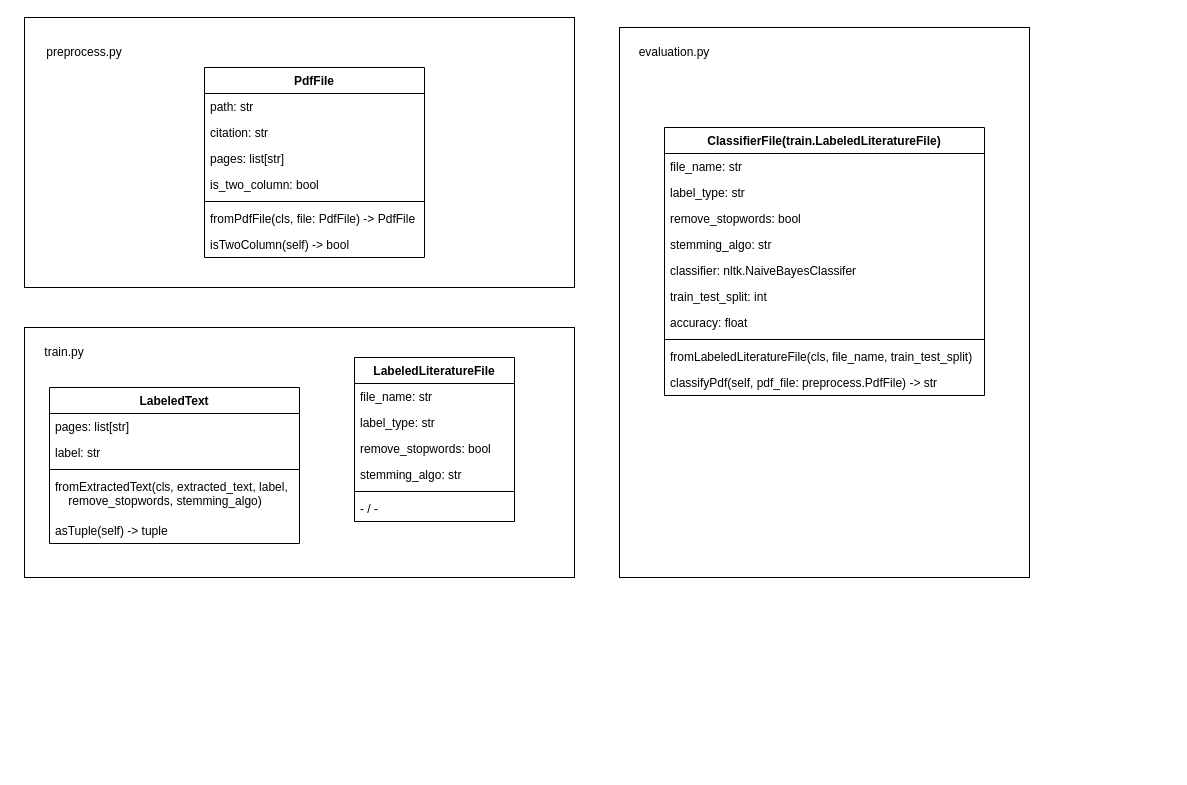
Earlier version of the draw.io diagram docs/class_diagram.drawio (dunder-1/Lixplore). Source tidied: cells renumbered, new cells numbered last; positions are measured from the earlier drawing's top-left corner, leaving out a move shared by most shapes. Both pictures are drawn from the tidied source at 100%, with x=0, y=0 at pixel (24, 17).
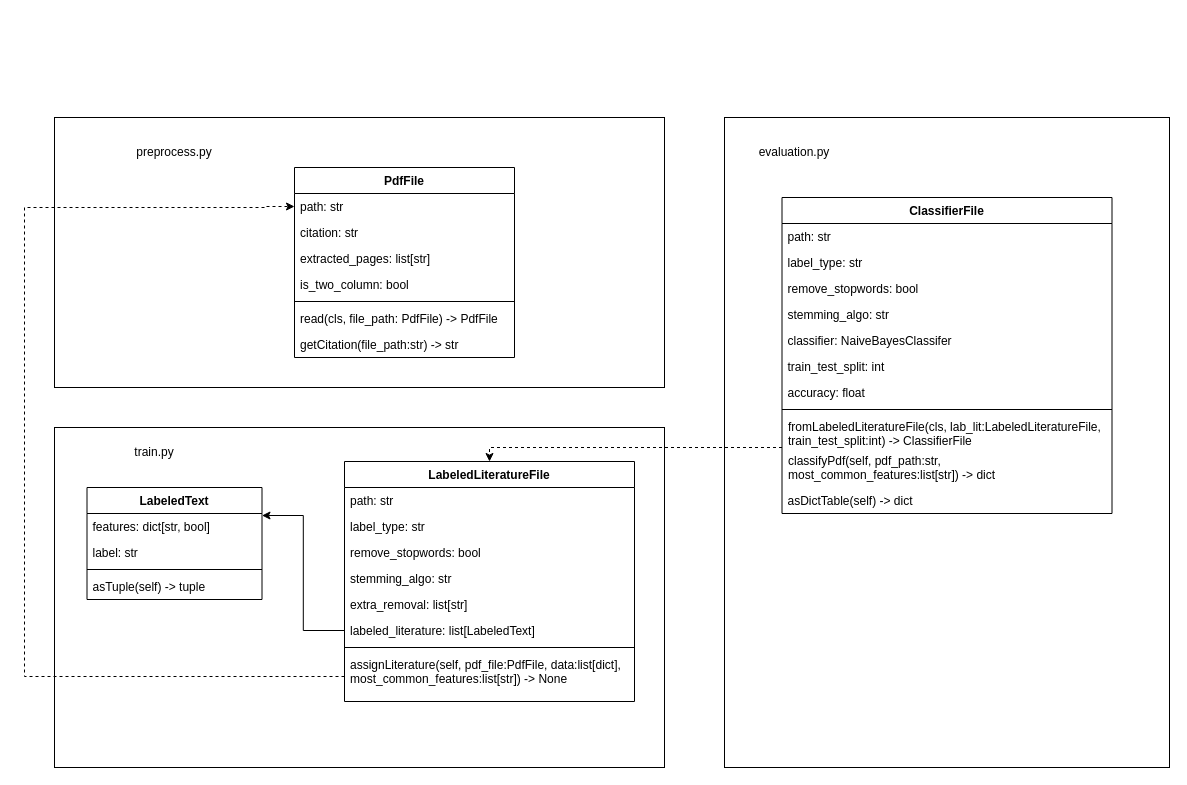
The same page after the edit.

Commit message (it also covers changes not shown here):
minor stylistic changes & added class diagram

The change refers to these unchanged cells:
```xml
<mxCell id="4" value="path: str" style="text;strokeColor=none;fillColor=none;align=left;verticalAlign=top;spacingLeft=4;spacingRight=4;overflow=hidden;points=[[0,0.5],[1,0.5]];portConstraint=eastwest;" parent="3" vertex="1">
  <mxGeometry y="26" width="220" height="26" as="geometry" />
</mxCell>
```

The edit, as a diff of the source:
```diff
@@
     <mxCell id="2" style="rounded=0;whiteSpace=wrap;html=1;labelPosition=left;verticalLabelPosition=top;align=right;verticalAlign=bottom;" parent="1" vertex="1">
-      <mxGeometry width="550" height="270" as="geometry" />
+      <mxGeometry x="30" y="100" width="610" height="270" as="geometry" />
     </mxCell>
     <mxCell id="3" value="PdfFile" style="swimlane;fontStyle=1;align=center;verticalAlign=top;horizontal=1;startSize=26;" parent="1" vertex="1">
-      <mxGeometry x="180" y="50" width="220" height="190" as="geometry" />
+      <mxGeometry x="270" y="150" width="220" height="190" as="geometry" />
     </mxCell>
@@
-    <mxCell id="6" value="pages: list[str]" style="text;strokeColor=none;fillColor=none;align=left;verticalAlign=top;spacingLeft=4;spacingRight=4;overflow=hidden;" parent="3" vertex="1">
+    <mxCell id="6" value="extracted_pages: list[str]" style="text;strokeColor=none;fillColor=none;align=left;verticalAlign=top;spacingLeft=4;spacingRight=4;overflow=hidden;" parent="3" vertex="1">
       <mxGeometry y="78" width="220" height="26" as="geometry" />
     </mxCell>
@@
-    <mxCell id="9" value="fromPdfFile(cls, file: PdfFile) -&gt; PdfFile" style="text;strokeColor=none;fillColor=none;align=left;verticalAlign=top;spacingLeft=4;spacingRight=4;overflow=hidden;" parent="3" vertex="1">
+    <mxCell id="9" value="read(cls, file_path: PdfFile) -&gt; PdfFile" style="text;strokeColor=none;fillColor=none;align=left;verticalAlign=top;spacingLeft=4;spacingRight=4;overflow=hidden;" parent="3" vertex="1">
       <mxGeometry y="138" width="220" height="26" as="geometry" />
     </mxCell>
-    <mxCell id="10" value="isTwoColumn(self) -&gt; bool" style="text;strokeColor=none;fillColor=none;align=left;verticalAlign=top;spacingLeft=4;spacingRight=4;overflow=hidden;" parent="3" vertex="1">
+    <mxCell id="10" value="getCitation(file_path:str) -&gt; str" style="text;strokeColor=none;fillColor=none;align=left;verticalAlign=top;spacingLeft=4;spacingRight=4;overflow=hidden;" parent="3" vertex="1">
       <mxGeometry y="164" width="220" height="26" as="geometry" />
     </mxCell>
     <mxCell id="11" value="preprocess.py" style="text;html=1;strokeColor=none;fillColor=none;align=center;verticalAlign=middle;whiteSpace=wrap;rounded=0;" parent="1" vertex="1">
-      <mxGeometry x="30" y="20" width="60" height="30" as="geometry" />
+      <mxGeometry x="120" y="120" width="60" height="30" as="geometry" />
     </mxCell>
     <mxCell id="12" style="rounded=0;whiteSpace=wrap;html=1;labelPosition=left;verticalLabelPosition=top;align=right;verticalAlign=bottom;" parent="1" vertex="1">
-      <mxGeometry y="310" width="550" height="250" as="geometry" />
+      <mxGeometry x="30" y="410" width="610" height="340" as="geometry" />
     </mxCell>
     <mxCell id="13" value="train.py" style="text;html=1;strokeColor=none;fillColor=none;align=center;verticalAlign=middle;whiteSpace=wrap;rounded=0;" parent="1" vertex="1">
-      <mxGeometry x="10" y="320" width="60" height="30" as="geometry" />
+      <mxGeometry x="100" y="420" width="60" height="30" as="geometry" />
     </mxCell>
     <mxCell id="14" value="LabeledLiteratureFile" style="swimlane;fontStyle=1;align=center;verticalAlign=top;horizontal=1;startSize=26;" parent="1" vertex="1">
-      <mxGeometry x="330" y="340" width="160" height="164" as="geometry" />
+      <mxGeometry x="320" y="444" width="290" height="240" as="geometry" />
     </mxCell>
-    <mxCell id="15" value="file_name: str" style="text;strokeColor=none;fillColor=none;align=left;verticalAlign=top;spacingLeft=4;spacingRight=4;overflow=hidden;" parent="14" vertex="1">
-      <mxGeometry y="26" width="160" height="26" as="geometry" />
+    <mxCell id="15" value="path: str" style="text;strokeColor=none;fillColor=none;align=left;verticalAlign=top;spacingLeft=4;spacingRight=4;overflow=hidden;" parent="14" vertex="1">
+      <mxGeometry y="26" width="290" height="26" as="geometry" />
     </mxCell>
     <mxCell id="16" value="label_type: str" style="text;strokeColor=none;fillColor=none;align=left;verticalAlign=top;spacingLeft=4;spacingRight=4;overflow=hidden;" parent="14" vertex="1">
-      <mxGeometry y="52" width="160" height="26" as="geometry" />
+      <mxGeometry y="52" width="290" height="26" as="geometry" />
     </mxCell>
     <mxCell id="17" value="remove_stopwords: bool" style="text;strokeColor=none;fillColor=none;align=left;verticalAlign=top;spacingLeft=4;spacingRight=4;overflow=hidden;" parent="14" vertex="1">
-      <mxGeometry y="78" width="160" height="26" as="geometry" />
+      <mxGeometry y="78" width="290" height="26" as="geometry" />
     </mxCell>
     <mxCell id="18" value="stemming_algo: str" style="text;strokeColor=none;fillColor=none;align=left;verticalAlign=top;spacingLeft=4;spacingRight=4;overflow=hidden;" parent="14" vertex="1">
-      <mxGeometry y="104" width="160" height="26" as="geometry" />
+      <mxGeometry y="104" width="290" height="26" as="geometry" />
     </mxCell>
+    <mxCell id="40" value="extra_removal: list[str]" style="text;strokeColor=none;fillColor=none;align=left;verticalAlign=top;spacingLeft=4;spacingRight=4;overflow=hidden;" parent="14" vertex="1">
+      <mxGeometry y="130" width="290" height="26" as="geometry" />
+    </mxCell>
+    <mxCell id="41" value="labeled_literature: list[LabeledText]" style="text;strokeColor=none;fillColor=none;align=left;verticalAlign=top;spacingLeft=4;spacingRight=4;overflow=hidden;points=[[0,0.5],[1,0.5]];portConstraint=eastwest;" parent="14" vertex="1">
+      <mxGeometry y="156" width="290" height="26" as="geometry" />
+    </mxCell>
     <mxCell id="19" style="line;strokeWidth=1;fillColor=none;align=left;verticalAlign=middle;spacingTop=-1;spacingLeft=3;spacingRight=3;labelPosition=right;" parent="14" vertex="1">
-      <mxGeometry y="130" width="160" height="8" as="geometry" />
+      <mxGeometry y="182" width="290" height="8" as="geometry" />
     </mxCell>
-    <mxCell id="20" value="- / -" style="text;strokeColor=none;fillColor=none;align=left;verticalAlign=top;spacingLeft=4;spacingRight=4;overflow=hidden;points=[[0,0.5],[1,0.5]];portConstraint=eastwest;" parent="14" vertex="1">
-      <mxGeometry y="138" width="160" height="26" as="geometry" />
+    <mxCell id="20" value="assignLiterature(self, pdf_file:PdfFile, data:list[dict], most_common_features:list[str]) -&gt; None" style="text;strokeColor=none;fillColor=none;align=left;verticalAlign=top;spacingLeft=4;spacingRight=4;overflow=hidden;points=[[0,0.5],[1,0.5]];portConstraint=eastwest;whiteSpace=wrap;" parent="14" vertex="1">
+      <mxGeometry y="190" width="290" height="50" as="geometry" />
     </mxCell>
     <mxCell id="21" value="LabeledText" style="swimlane;fontStyle=1;align=center;verticalAlign=top;horizontal=1;startSize=26;" parent="1" vertex="1">
-      <mxGeometry x="25" y="370" width="250" height="156" as="geometry" />
+      <mxGeometry x="62.5" y="470" width="175" height="112" as="geometry" />
     </mxCell>
-    <mxCell id="22" value="pages: list[str]" style="text;strokeColor=none;fillColor=none;align=left;verticalAlign=top;spacingLeft=4;spacingRight=4;overflow=hidden;" parent="21" vertex="1">
-      <mxGeometry y="26" width="250" height="26" as="geometry" />
+    <mxCell id="22" value="features: dict[str, bool]" style="text;strokeColor=none;fillColor=none;align=left;verticalAlign=top;spacingLeft=4;spacingRight=4;overflow=hidden;" parent="21" vertex="1">
+      <mxGeometry y="26" width="175" height="26" as="geometry" />
     </mxCell>
     <mxCell id="23" value="label: str" style="text;strokeColor=none;fillColor=none;align=left;verticalAlign=top;spacingLeft=4;spacingRight=4;overflow=hidden;" parent="21" vertex="1">
-      <mxGeometry y="52" width="250" height="26" as="geometry" />
+      <mxGeometry y="52" width="175" height="26" as="geometry" />
     </mxCell>
     <mxCell id="24" style="line;strokeWidth=1;fillColor=none;align=left;verticalAlign=middle;spacingTop=-1;spacingLeft=3;spacingRight=3;labelPosition=right;" parent="21" vertex="1">
-      <mxGeometry y="78" width="250" height="8" as="geometry" />
+      <mxGeometry y="78" width="175" height="8" as="geometry" />
     </mxCell>
-    <mxCell id="25" value="fromExtractedText(cls, extracted_text, label,&#10;    remove_stopwords, stemming_algo)" style="text;strokeColor=none;fillColor=none;align=left;verticalAlign=top;spacingLeft=4;spacingRight=4;overflow=hidden;" parent="21" vertex="1">
-      <mxGeometry y="86" width="250" height="44" as="geometry" />
-    </mxCell>
     <mxCell id="26" value="asTuple(self) -&gt; tuple" style="text;strokeColor=none;fillColor=none;align=left;verticalAlign=top;spacingLeft=4;spacingRight=4;overflow=hidden;" parent="21" vertex="1">
-      <mxGeometry y="130" width="250" height="26" as="geometry" />
+      <mxGeometry y="86" width="175" height="26" as="geometry" />
     </mxCell>
     <mxCell id="27" style="rounded=0;whiteSpace=wrap;html=1;labelPosition=left;verticalLabelPosition=top;align=right;verticalAlign=bottom;" parent="1" vertex="1">
-      <mxGeometry x="595" y="10" width="410" height="550" as="geometry" />
+      <mxGeometry x="700" y="100" width="445" height="650" as="geometry" />
     </mxCell>
     <mxCell id="28" value="evaluation.py" style="text;html=1;strokeColor=none;fillColor=none;align=center;verticalAlign=middle;whiteSpace=wrap;rounded=0;" parent="1" vertex="1">
-      <mxGeometry x="620" y="20" width="60" height="30" as="geometry" />
+      <mxGeometry x="740" y="120" width="60" height="30" as="geometry" />
     </mxCell>
-    <mxCell id="29" value="ClassifierFile(train.LabeledLiteratureFile)" style="swimlane;fontStyle=1;align=center;verticalAlign=top;horizontal=1;startSize=26;" parent="1" vertex="1">
-      <mxGeometry x="640" y="110" width="320" height="268" as="geometry" />
+    <mxCell id="29" value="ClassifierFile" style="swimlane;fontStyle=1;align=center;verticalAlign=top;horizontal=1;startSize=26;" parent="1" vertex="1">
+      <mxGeometry x="757.5" y="180" width="330" height="316" as="geometry" />
     </mxCell>
-    <mxCell id="30" value="file_name: str" style="text;strokeColor=none;fillColor=none;align=left;verticalAlign=top;spacingLeft=4;spacingRight=4;overflow=hidden;" parent="29" vertex="1">
-      <mxGeometry y="26" width="320" height="26" as="geometry" />
+    <mxCell id="30" value="path: str" style="text;strokeColor=none;fillColor=none;align=left;verticalAlign=top;spacingLeft=4;spacingRight=4;overflow=hidden;" parent="29" vertex="1">
+      <mxGeometry y="26" width="330" height="26" as="geometry" />
     </mxCell>
     <mxCell id="31" value="label_type: str" style="text;strokeColor=none;fillColor=none;align=left;verticalAlign=top;spacingLeft=4;spacingRight=4;overflow=hidden;" parent="29" vertex="1">
-      <mxGeometry y="52" width="320" height="26" as="geometry" />
+      <mxGeometry y="52" width="330" height="26" as="geometry" />
     </mxCell>
     <mxCell id="32" value="remove_stopwords: bool" style="text;strokeColor=none;fillColor=none;align=left;verticalAlign=top;spacingLeft=4;spacingRight=4;overflow=hidden;" parent="29" vertex="1">
-      <mxGeometry y="78" width="320" height="26" as="geometry" />
+      <mxGeometry y="78" width="330" height="26" as="geometry" />
     </mxCell>
     <mxCell id="33" value="stemming_algo: str" style="text;strokeColor=none;fillColor=none;align=left;verticalAlign=top;spacingLeft=4;spacingRight=4;overflow=hidden;" parent="29" vertex="1">
-      <mxGeometry y="104" width="320" height="26" as="geometry" />
+      <mxGeometry y="104" width="330" height="26" as="geometry" />
     </mxCell>
-    <mxCell id="34" value="classifier: nltk.NaiveBayesClassifer" style="text;strokeColor=none;fillColor=none;align=left;verticalAlign=top;spacingLeft=4;spacingRight=4;overflow=hidden;" parent="29" vertex="1">
-      <mxGeometry y="130" width="320" height="26" as="geometry" />
+    <mxCell id="34" value="classifier: NaiveBayesClassifer" style="text;strokeColor=none;fillColor=none;align=left;verticalAlign=top;spacingLeft=4;spacingRight=4;overflow=hidden;" parent="29" vertex="1">
+      <mxGeometry y="130" width="330" height="26" as="geometry" />
     </mxCell>
     <mxCell id="35" value="train_test_split: int" style="text;strokeColor=none;fillColor=none;align=left;verticalAlign=top;spacingLeft=4;spacingRight=4;overflow=hidden;" parent="29" vertex="1">
-      <mxGeometry y="156" width="320" height="26" as="geometry" />
+      <mxGeometry y="156" width="330" height="26" as="geometry" />
     </mxCell>
     <mxCell id="36" value="accuracy: float" style="text;strokeColor=none;fillColor=none;align=left;verticalAlign=top;spacingLeft=4;spacingRight=4;overflow=hidden;" parent="29" vertex="1">
-      <mxGeometry y="182" width="320" height="26" as="geometry" />
+      <mxGeometry y="182" width="330" height="26" as="geometry" />
     </mxCell>
     <mxCell id="37" style="line;strokeWidth=1;fillColor=none;align=left;verticalAlign=middle;spacingTop=-1;spacingLeft=3;spacingRight=3;labelPosition=right;" parent="29" vertex="1">
-      <mxGeometry y="208" width="320" height="8" as="geometry" />
+      <mxGeometry y="208" width="330" height="8" as="geometry" />
     </mxCell>
-    <mxCell id="38" value="fromLabeledLiteratureFile(cls, file_name, train_test_split)" style="text;strokeColor=none;fillColor=none;align=left;verticalAlign=top;spacingLeft=4;spacingRight=4;overflow=hidden;points=[[0,0.5],[1,0.5]];portConstraint=eastwest;" parent="29" vertex="1">
-      <mxGeometry y="216" width="320" height="26" as="geometry" />
+    <mxCell id="38" value="fromLabeledLiteratureFile(cls, lab_lit:LabeledLiteratureFile, train_test_split:int) -&gt; ClassifierFile" style="text;strokeColor=none;fillColor=none;align=left;verticalAlign=top;spacingLeft=4;spacingRight=4;overflow=hidden;points=[[0,0.5],[1,0.5]];portConstraint=eastwest;whiteSpace=wrap;" parent="29" vertex="1">
+      <mxGeometry y="216" width="330" height="34" as="geometry" />
     </mxCell>
-    <mxCell id="39" value="classifyPdf(self, pdf_file: preprocess.PdfFile) -&gt; str" style="text;strokeColor=none;fillColor=none;align=left;verticalAlign=top;spacingLeft=4;spacingRight=4;overflow=hidden;" parent="29" vertex="1">
-      <mxGeometry y="242" width="320" height="26" as="geometry" />
+    <mxCell id="39" value="classifyPdf(self, pdf_path:str, most_common_features:list[str]) -&gt; dict" style="text;strokeColor=none;fillColor=none;align=left;verticalAlign=top;spacingLeft=4;spacingRight=4;overflow=hidden;whiteSpace=wrap;" parent="29" vertex="1">
+      <mxGeometry y="250" width="330" height="40" as="geometry" />
     </mxCell>
+    <mxCell id="42" value="asDictTable(self) -&gt; dict" style="text;strokeColor=none;fillColor=none;align=left;verticalAlign=top;spacingLeft=4;spacingRight=4;overflow=hidden;" parent="29" vertex="1">
+      <mxGeometry y="290" width="330" height="26" as="geometry" />
+    </mxCell>
+    <mxCell id="43" style="edgeStyle=orthogonalEdgeStyle;rounded=0;jettySize=auto;html=1;entryX=1;entryY=0.25;entryDx=0;entryDy=0;" parent="1" edge="1" source="41" target="21">
+      <mxGeometry relative="1" as="geometry" />
+    </mxCell>
+    <mxCell id="44" style="edgeStyle=orthogonalEdgeStyle;rounded=0;jettySize=auto;html=1;entryX=0;entryY=0.5;entryDx=0;entryDy=0;dashed=1;" parent="1" edge="1" source="20" target="4">
+      <mxGeometry relative="1" as="geometry">
+        <Array as="points">
+          <mxPoint y="659" />
+          <mxPoint y="190" />
+          <mxPoint x="240" y="190" />
+        </Array>
+      </mxGeometry>
+    </mxCell>
+    <mxCell id="45" style="edgeStyle=orthogonalEdgeStyle;rounded=0;jettySize=auto;html=1;entryX=0.5;entryY=0;entryDx=0;entryDy=0;dashed=1;" parent="1" edge="1" source="38" target="14">
+      <mxGeometry relative="1" as="geometry">
+        <Array as="points">
+          <mxPoint x="465" y="430" />
+        </Array>
+      </mxGeometry>
+    </mxCell>
```
